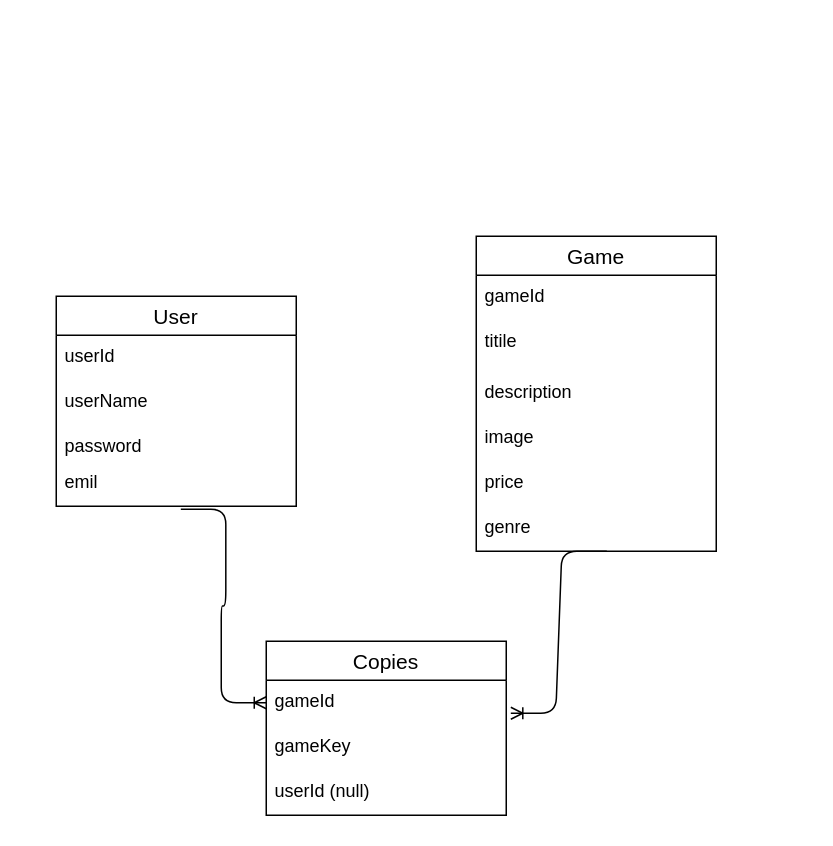
Earlier version of the draw.io diagram schema.drawio (ArtyomHloba/gamestore). Source tidied: cells renumbered, new cells numbered last; positions are measured from the earlier drawing's top-left corner, leaving out a move shared by most shapes. Both pictures are drawn from the tidied source at 150%, with x=0, y=0 at pixel (56, 236).
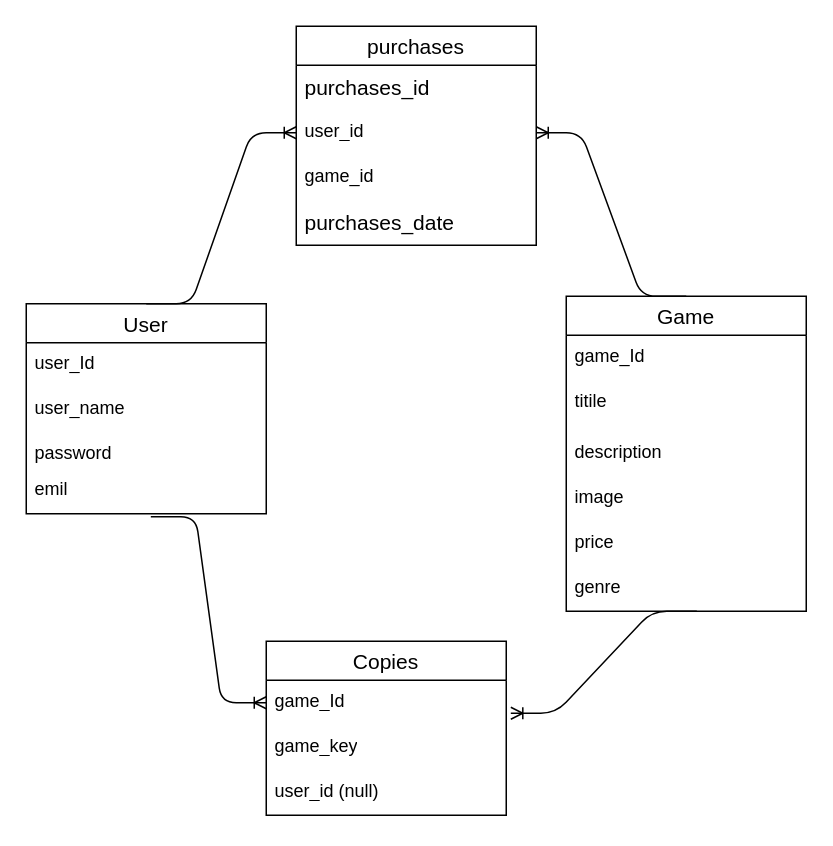
After the change.

Commit message (it also covers changes not shown here):
Update er model schema

The change refers to these unchanged cells:
```xml
<mxCell id="14" value="Copies" style="swimlane;fontStyle=0;horizontal=1;startSize=26;align=center;fontSize=14;" parent="1" vertex="1">
  <mxGeometry x="140" y="270" width="160" height="116" as="geometry" />
</mxCell>
```

The edit, as a diff of the source:
```diff
@@
     <mxCell id="2" value="User" style="swimlane;fontStyle=0;horizontal=1;startSize=26;align=center;fontSize=14;" parent="1" vertex="1">
-      <mxGeometry y="40" width="160" height="140" as="geometry" />
+      <mxGeometry x="-20" y="45" width="160" height="140" as="geometry" />
     </mxCell>
-    <mxCell id="3" value="userId" style="text;strokeColor=none;fillColor=none;spacingLeft=4;spacingRight=4;overflow=hidden;fontSize=12;whiteSpace=wrap;html=1;" parent="2" vertex="1">
+    <mxCell id="3" value="user_Id" style="text;strokeColor=none;fillColor=none;spacingLeft=4;spacingRight=4;overflow=hidden;fontSize=12;whiteSpace=wrap;html=1;" parent="2" vertex="1">
       <mxGeometry y="26" width="160" height="30" as="geometry" />
     </mxCell>
-    <mxCell id="4" value="userName" style="text;strokeColor=none;fillColor=none;spacingLeft=4;spacingRight=4;overflow=hidden;fontSize=12;whiteSpace=wrap;html=1;" parent="2" vertex="1">
+    <mxCell id="4" value="user_name" style="text;strokeColor=none;fillColor=none;spacingLeft=4;spacingRight=4;overflow=hidden;fontSize=12;whiteSpace=wrap;html=1;" parent="2" vertex="1">
       <mxGeometry y="56" width="160" height="30" as="geometry" />
     </mxCell>
@@
     <mxCell id="7" value="Game" style="swimlane;fontStyle=0;horizontal=1;startSize=26;align=center;fontSize=14;" parent="1" vertex="1">
-      <mxGeometry x="280" width="160" height="210" as="geometry" />
+      <mxGeometry x="340" y="40" width="160" height="210" as="geometry" />
     </mxCell>
-    <mxCell id="8" value="gameId&lt;div&gt;&lt;br&gt;&lt;/div&gt;" style="text;strokeColor=none;fillColor=none;spacingLeft=4;spacingRight=4;overflow=hidden;fontSize=12;whiteSpace=wrap;html=1;" parent="7" vertex="1">
+    <mxCell id="8" value="game_Id&lt;div&gt;&lt;br&gt;&lt;/div&gt;" style="text;strokeColor=none;fillColor=none;spacingLeft=4;spacingRight=4;overflow=hidden;fontSize=12;whiteSpace=wrap;html=1;" parent="7" vertex="1">
       <mxGeometry y="26" width="160" height="30" as="geometry" />
     </mxCell>
@@
-    <mxCell id="15" value="gameId" style="text;strokeColor=none;fillColor=none;spacingLeft=4;spacingRight=4;overflow=hidden;points=[[0,0.5],[1,0.5]];portConstraint=eastwest;fontSize=12;whiteSpace=wrap;html=1;" parent="14" vertex="1">
+    <mxCell id="15" value="game_Id" style="text;strokeColor=none;fillColor=none;spacingLeft=4;spacingRight=4;overflow=hidden;points=[[0,0.5],[1,0.5]];portConstraint=eastwest;fontSize=12;whiteSpace=wrap;html=1;" parent="14" vertex="1">
       <mxGeometry y="26" width="160" height="30" as="geometry" />
     </mxCell>
-    <mxCell id="16" value="gameKey" style="text;strokeColor=none;fillColor=none;spacingLeft=4;spacingRight=4;overflow=hidden;fontSize=12;whiteSpace=wrap;html=1;" parent="14" vertex="1">
+    <mxCell id="16" value="game_key" style="text;strokeColor=none;fillColor=none;spacingLeft=4;spacingRight=4;overflow=hidden;fontSize=12;whiteSpace=wrap;html=1;" parent="14" vertex="1">
       <mxGeometry y="56" width="160" height="30" as="geometry" />
     </mxCell>
-    <mxCell id="17" value="userId (null)" style="text;strokeColor=none;fillColor=none;spacingLeft=4;spacingRight=4;overflow=hidden;fontSize=12;whiteSpace=wrap;html=1;" parent="14" vertex="1">
+    <mxCell id="17" value="user_id (null)" style="text;strokeColor=none;fillColor=none;spacingLeft=4;spacingRight=4;overflow=hidden;fontSize=12;whiteSpace=wrap;html=1;" parent="14" vertex="1">
       <mxGeometry y="86" width="160" height="30" as="geometry" />
     </mxCell>
@@
+    <mxCell id="20" value="purchases" style="swimlane;fontStyle=0;horizontal=1;startSize=26;align=center;fontSize=14;" parent="1" vertex="1">
+      <mxGeometry x="160" y="-140" width="160" height="146" as="geometry" />
+    </mxCell>
+    <mxCell id="21" value="&lt;span style=&quot;color: rgb(0, 0, 0); font-size: 14px; text-align: center; text-wrap-mode: nowrap;&quot;&gt;purchases_id&lt;/span&gt;" style="text;strokeColor=none;fillColor=none;spacingLeft=4;spacingRight=4;overflow=hidden;fontSize=12;whiteSpace=wrap;html=1;" parent="20" vertex="1">
+      <mxGeometry y="26" width="160" height="30" as="geometry" />
+    </mxCell>
+    <mxCell id="22" value="user_id" style="text;strokeColor=none;fillColor=none;spacingLeft=4;spacingRight=4;overflow=hidden;points=[[0,0.5],[1,0.5]];portConstraint=eastwest;fontSize=12;whiteSpace=wrap;html=1;" parent="20" vertex="1">
+      <mxGeometry y="56" width="160" height="30" as="geometry" />
+    </mxCell>
+    <mxCell id="23" value="game_id&lt;div&gt;&lt;br&gt;&lt;/div&gt;" style="text;strokeColor=none;fillColor=none;spacingLeft=4;spacingRight=4;overflow=hidden;fontSize=12;whiteSpace=wrap;html=1;" parent="20" vertex="1">
+      <mxGeometry y="86" width="160" height="30" as="geometry" />
+    </mxCell>
+    <mxCell id="24" value="&lt;span style=&quot;color: rgb(0, 0, 0); font-size: 14px; text-align: center; text-wrap-mode: nowrap;&quot;&gt;purchases_date&lt;/span&gt;&lt;div&gt;&lt;span style=&quot;color: rgb(0, 0, 0); font-size: 14px; text-align: center; text-wrap-mode: nowrap;&quot;&gt;&lt;br&gt;&lt;/span&gt;&lt;/div&gt;" style="text;strokeColor=none;fillColor=none;spacingLeft=4;spacingRight=4;overflow=hidden;fontSize=12;whiteSpace=wrap;html=1;" parent="20" vertex="1">
+      <mxGeometry y="116" width="160" height="30" as="geometry" />
+    </mxCell>
+    <mxCell id="25" style="edgeStyle=entityRelationEdgeStyle;fontSize=12;html=1;endArrow=ERoneToMany;exitX=0.5;exitY=0;exitDx=0;exitDy=0;entryX=0;entryY=0.5;entryDx=0;entryDy=0;" parent="1" edge="1" source="2" target="22">
+      <mxGeometry relative="1" as="geometry" />
+    </mxCell>
+    <mxCell id="26" style="edgeStyle=entityRelationEdgeStyle;fontSize=12;html=1;endArrow=ERoneToMany;exitX=0.5;exitY=0;exitDx=0;exitDy=0;entryX=1;entryY=0.5;entryDx=0;entryDy=0;" parent="1" edge="1" source="7" target="22">
+      <mxGeometry relative="1" as="geometry" />
+    </mxCell>
```
